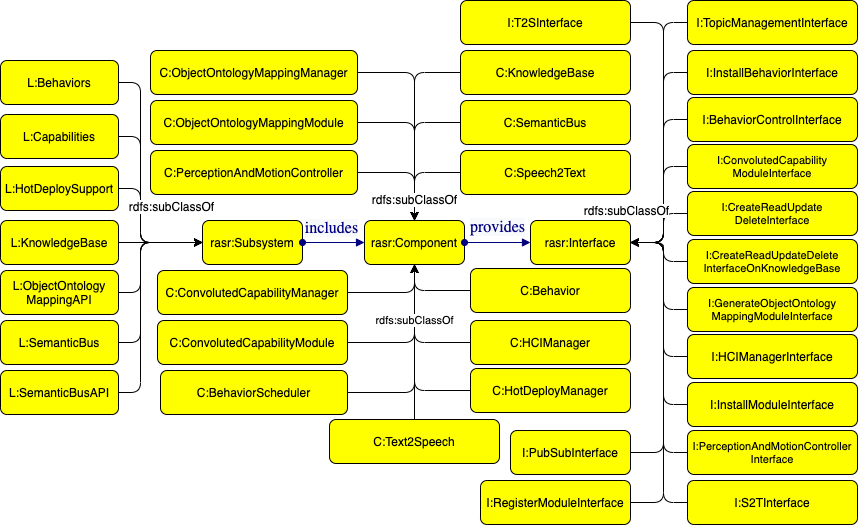
Earlier version of the draw.io export src/RASROntology.png (luigi-asprino/MON). Source tidied: cells renumbered, new cells last; positions are measured from the earlier drawing's top-left corner, leaving out a move shared by most shapes.
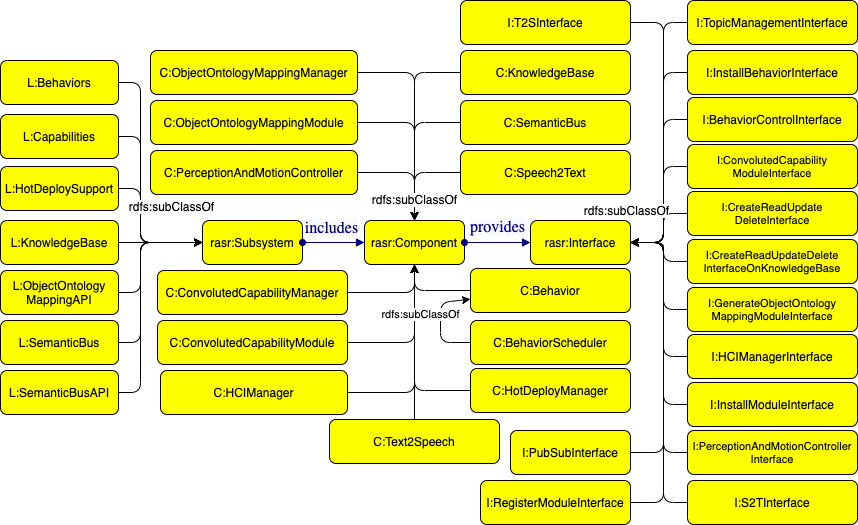
The same file after the commit.

Commit message:
Update rasr ontology

Diff of the diagram source:
```diff
@@ -107,10 +107,10 @@
     <mxCell id="24" value="C:Behavior" style="graphMlID=n4;shape=rect;rounded=1;arcsize=30;fillColor=#ffff00;strokeColor=#000000;strokeWidth=1.0;" parent="1" vertex="1">
       <mxGeometry x="470" y="268" width="160" height="44" as="geometry" />
     </mxCell>
-    <mxCell id="25" value="C:BehaviorScheduler" style="graphMlID=n4;shape=rect;rounded=1;arcsize=30;fillColor=#ffff00;strokeColor=#000000;strokeWidth=1.0;" parent="1" vertex="1">
+    <mxCell id="25" value="C:HCIManager" style="graphMlID=n4;shape=rect;rounded=1;arcsize=30;fillColor=#ffff00;strokeColor=#000000;strokeWidth=1.0;" parent="1" vertex="1">
       <mxGeometry x="160" y="370" width="187" height="44" as="geometry" />
     </mxCell>
-    <mxCell id="26" value="C:HCIManager" style="graphMlID=n4;shape=rect;rounded=1;arcsize=30;fillColor=#ffff00;strokeColor=#000000;strokeWidth=1.0;" parent="1" vertex="1">
+    <mxCell id="26" value="C:BehaviorScheduler" style="graphMlID=n4;shape=rect;rounded=1;arcsize=30;fillColor=#ffff00;strokeColor=#000000;strokeWidth=1.0;" parent="1" vertex="1">
       <mxGeometry x="470" y="320" width="160" height="44" as="geometry" />
     </mxCell>
     <mxCell id="27" value="C:ConvolutedCapabilityManager" style="graphMlID=n4;shape=rect;rounded=1;arcsize=30;fillColor=#ffff00;strokeColor=#000000;strokeWidth=1.0;" parent="1" vertex="1">
@@ -221,10 +221,11 @@
         </Array>
       </mxGeometry>
     </mxCell>
-    <mxCell id="49" value="rdfs:subClassOf" style="endArrow=classic;html=1;textDirection=ltr;entryX=0.5;entryY=1;entryDx=0;entryDy=0;exitX=0;exitY=0.5;exitDx=0;exitDy=0;" parent="1" edge="1" source="26" target="2">
-      <mxGeometry x="0.16" relative="1" as="geometry">
+    <mxCell id="49" value="rdfs:subClassOf" style="endArrow=classic;html=1;textDirection=ltr;exitX=0;exitY=0.5;exitDx=0;exitDy=0;" parent="1" edge="1" source="26" target="24">
+      <mxGeometry x="0.17" y="20" relative="1" as="geometry">
         <Array as="points">
-          <mxPoint x="414" y="342" />
+          <mxPoint x="440" y="342" />
+          <mxPoint x="440" y="302" />
         </Array>
       </mxGeometry>
     </mxCell>
```
